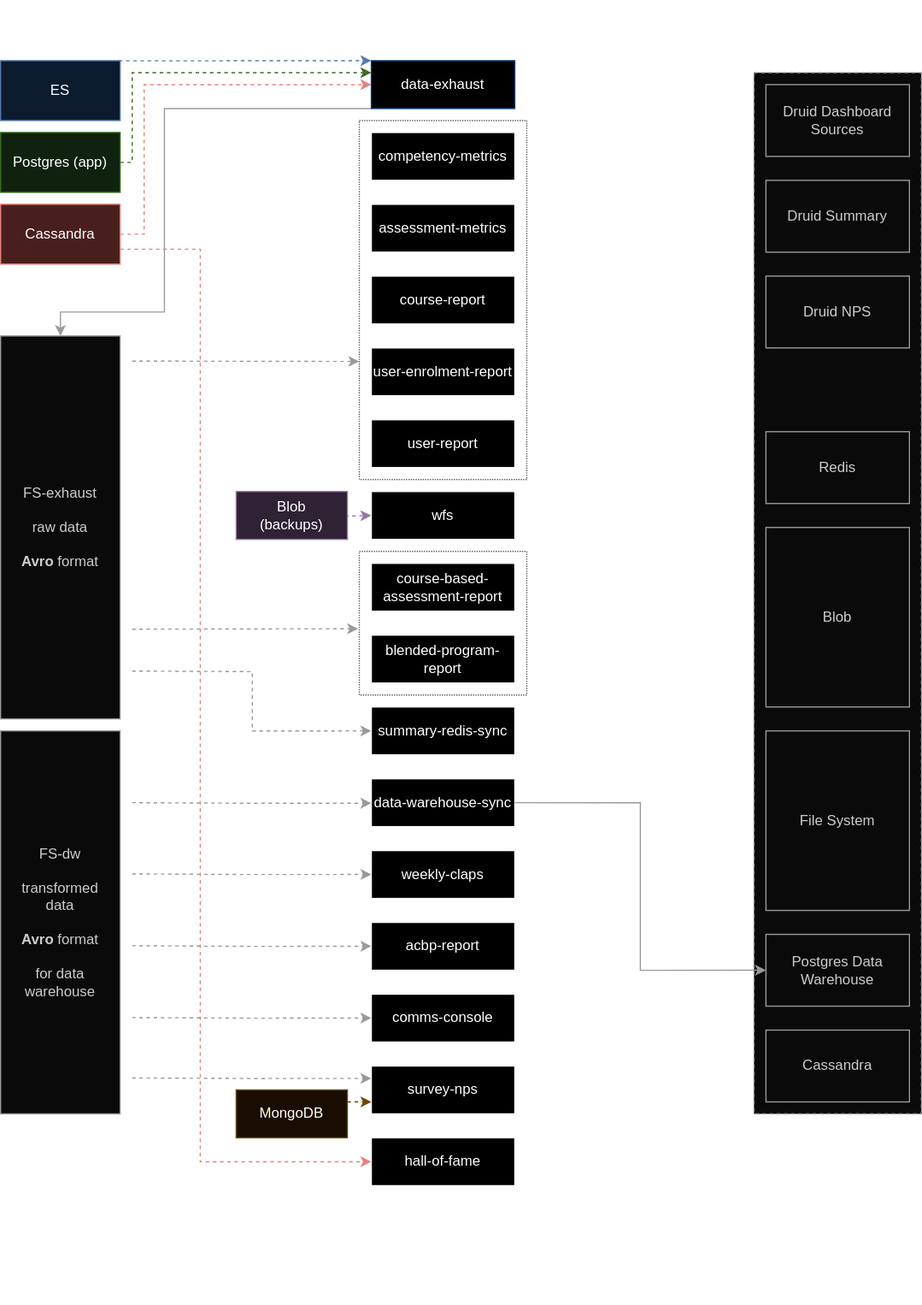
Above: docs/images/batch-processing-architecture.drawio.svg in varshamahuli97/sunbird-data-pipeline (draw.io), before the change. Source tidied: cells renumbered, new cells last; positions are measured from the earlier drawing's top-left corner, leaving out a move shared by most shapes. Its diagram source:
```xml
<mxGraphModel>
  <root>
    <mxCell id="0" />
    <mxCell id="1" parent="0" />
    <mxCell id="2" style="edgeStyle=orthogonalEdgeStyle;rounded=0;jettySize=auto;html=1;exitX=1.001;exitY=0.046;exitDx=0;exitDy=0;entryX=-0.001;entryY=0.671;entryDx=0;entryDy=0;entryPerimeter=0;exitPerimeter=0;dashed=1;fillColor=#f5f5f5;strokeColor=#666666;" parent="1" edge="1" target="3">
      <mxGeometry relative="1" as="geometry">
        <mxPoint x="110" y="301" as="sourcePoint" />
        <Array as="points">
          <mxPoint x="300" y="301" />
        </Array>
      </mxGeometry>
    </mxCell>
    <mxCell id="3" style="rounded=0;whiteSpace=wrap;html=1;dashed=1;fillColor=none;dashPattern=1 1;strokeColor=#A6A6A6;" parent="1" vertex="1">
      <mxGeometry x="300" y="100" width="140" height="300" as="geometry" />
    </mxCell>
    <mxCell id="4" value="competency-metrics" style="rounded=0;whiteSpace=wrap;html=1;" parent="1" vertex="1">
      <mxGeometry x="310" y="110" width="120" height="40" as="geometry" />
    </mxCell>
    <mxCell id="5" style="edgeStyle=orthogonalEdgeStyle;rounded=0;orthogonalLoop=1;jettySize=auto;html=1;exitX=0.5;exitY=1;exitDx=0;exitDy=0;" parent="1" edge="1" source="4" target="4">
      <mxGeometry relative="1" as="geometry" />
    </mxCell>
    <mxCell id="6" value="assessment-metrics" style="rounded=0;whiteSpace=wrap;html=1;" parent="1" vertex="1">
      <mxGeometry x="310" y="170" width="120" height="40" as="geometry" />
    </mxCell>
    <mxCell id="7" value="course-report" style="rounded=0;whiteSpace=wrap;html=1;" parent="1" vertex="1">
      <mxGeometry x="310" y="230" width="120" height="40" as="geometry" />
    </mxCell>
    <mxCell id="8" value="user-enrolment-report" style="rounded=0;whiteSpace=wrap;html=1;" parent="1" vertex="1">
      <mxGeometry x="310" y="290" width="120" height="40" as="geometry" />
    </mxCell>
    <mxCell id="9" value="user-report" style="rounded=0;whiteSpace=wrap;html=1;" parent="1" vertex="1">
      <mxGeometry x="310" y="350" width="120" height="40" as="geometry" />
    </mxCell>
    <mxCell id="10" value="wfs" style="rounded=0;whiteSpace=wrap;html=1;" parent="1" vertex="1">
      <mxGeometry x="310" y="410" width="120" height="40" as="geometry" />
    </mxCell>
    <mxCell id="11" style="edgeStyle=orthogonalEdgeStyle;rounded=0;orthogonalLoop=1;jettySize=auto;html=1;exitX=0.5;exitY=1;exitDx=0;exitDy=0;" parent="1" edge="1" source="10" target="10">
      <mxGeometry relative="1" as="geometry" />
    </mxCell>
    <mxCell id="12" value="summary-redis-sync" style="rounded=0;whiteSpace=wrap;html=1;" parent="1" vertex="1">
      <mxGeometry x="310" y="590" width="120" height="40" as="geometry" />
    </mxCell>
    <mxCell id="13" value="course-based-assessment-report" style="rounded=0;whiteSpace=wrap;html=1;" parent="1" vertex="1">
      <mxGeometry x="310" y="470" width="120" height="40" as="geometry" />
    </mxCell>
    <mxCell id="14" value="blended-program-report" style="rounded=0;whiteSpace=wrap;html=1;" parent="1" vertex="1">
      <mxGeometry x="310" y="530" width="120" height="40" as="geometry" />
    </mxCell>
    <mxCell id="15" value="data-warehouse-sync" style="rounded=0;whiteSpace=wrap;html=1;" parent="1" vertex="1">
      <mxGeometry x="310" y="650" width="120" height="40" as="geometry" />
    </mxCell>
    <mxCell id="16" value="weekly-claps" style="rounded=0;whiteSpace=wrap;html=1;" parent="1" vertex="1">
      <mxGeometry x="310" y="710" width="120" height="40" as="geometry" />
    </mxCell>
    <mxCell id="17" style="edgeStyle=orthogonalEdgeStyle;rounded=0;orthogonalLoop=1;jettySize=auto;html=1;exitX=0.5;exitY=1;exitDx=0;exitDy=0;" parent="1" edge="1" source="16" target="16">
      <mxGeometry relative="1" as="geometry" />
    </mxCell>
    <mxCell id="18" value="acbp-report" style="rounded=0;whiteSpace=wrap;html=1;" parent="1" vertex="1">
      <mxGeometry x="310" y="770" width="120" height="40" as="geometry" />
    </mxCell>
    <mxCell id="19" value="comms-console" style="rounded=0;whiteSpace=wrap;html=1;" parent="1" vertex="1">
      <mxGeometry x="310" y="830" width="120" height="40" as="geometry" />
    </mxCell>
    <mxCell id="20" value="survey-nps" style="rounded=0;whiteSpace=wrap;html=1;" parent="1" vertex="1">
      <mxGeometry x="310" y="890" width="120" height="40" as="geometry" />
    </mxCell>
    <mxCell id="21" value="hall-of-fame" style="rounded=0;whiteSpace=wrap;html=1;" parent="1" vertex="1">
      <mxGeometry x="310" y="950" width="120" height="40" as="geometry" />
    </mxCell>
    <mxCell id="22" style="edgeStyle=orthogonalEdgeStyle;rounded=0;jettySize=auto;html=1;exitX=1;exitY=0.5;exitDx=0;exitDy=0;fillColor=#f8cecc;strokeColor=#b85450;dashed=1;entryX=0;entryY=0.5;entryDx=0;entryDy=0;" parent="1" edge="1" source="24" target="42">
      <mxGeometry relative="1" as="geometry">
        <Array as="points">
          <mxPoint x="120" y="195" />
          <mxPoint x="120" y="70" />
        </Array>
      </mxGeometry>
    </mxCell>
    <mxCell id="23" style="edgeStyle=orthogonalEdgeStyle;rounded=0;jettySize=auto;html=1;exitX=1;exitY=0.75;exitDx=0;exitDy=0;entryX=0;entryY=0.5;entryDx=0;entryDy=0;fillColor=#f8cecc;strokeColor=#b85450;dashed=1;" parent="1" edge="1" source="24" target="21">
      <mxGeometry relative="1" as="geometry">
        <Array as="points">
          <mxPoint x="167" y="207" />
          <mxPoint x="167" y="970" />
        </Array>
      </mxGeometry>
    </mxCell>
    <mxCell id="24" value="Cassandra" style="rounded=0;whiteSpace=wrap;html=1;fillColor=#f8cecc;strokeColor=#b85450;" parent="1" vertex="1">
      <mxGeometry y="170" width="100" height="50" as="geometry" />
    </mxCell>
    <mxCell id="25" style="edgeStyle=orthogonalEdgeStyle;rounded=0;jettySize=auto;html=1;exitX=0.989;exitY=0.003;exitDx=0;exitDy=0;entryX=0;entryY=0;entryDx=0;entryDy=0;fillColor=#dae8fc;strokeColor=#6c8ebf;exitPerimeter=0;dashed=1;" parent="1" edge="1" source="26" target="42">
      <mxGeometry relative="1" as="geometry">
        <Array as="points">
          <mxPoint x="99" y="50" />
          <mxPoint x="99" y="50" />
        </Array>
      </mxGeometry>
    </mxCell>
    <mxCell id="26" value="ES" style="rounded=0;whiteSpace=wrap;html=1;fillColor=#dae8fc;strokeColor=#6c8ebf;" parent="1" vertex="1">
      <mxGeometry y="50" width="100" height="50" as="geometry" />
    </mxCell>
    <mxCell id="27" style="edgeStyle=orthogonalEdgeStyle;rounded=0;jettySize=auto;html=1;exitX=1;exitY=0.5;exitDx=0;exitDy=0;entryX=0;entryY=0.25;entryDx=0;entryDy=0;fillColor=#d5e8d4;strokeColor=#82b366;dashed=1;" parent="1" edge="1" source="28" target="42">
      <mxGeometry relative="1" as="geometry">
        <Array as="points">
          <mxPoint x="110" y="135" />
          <mxPoint x="110" y="60" />
        </Array>
      </mxGeometry>
    </mxCell>
    <mxCell id="28" value="Postgres (app)" style="rounded=0;whiteSpace=wrap;html=1;fillColor=#d5e8d4;strokeColor=#82b366;" parent="1" vertex="1">
      <mxGeometry y="110" width="100" height="50" as="geometry" />
    </mxCell>
    <mxCell id="29" style="rounded=0;whiteSpace=wrap;html=1;dashed=1;fillColor=#f5f5f5;fontColor=#333333;strokeColor=#666666;" parent="1" vertex="1">
      <mxGeometry x="630" y="60" width="140" height="870" as="geometry" />
    </mxCell>
    <mxCell id="30" value="Druid Dashboard Sources" style="rounded=0;whiteSpace=wrap;html=1;fillColor=#f5f5f5;fontColor=#333333;strokeColor=#666666;" parent="1" vertex="1">
      <mxGeometry x="640" y="70" width="120" height="60" as="geometry" />
    </mxCell>
    <mxCell id="31" value="Druid Summary" style="rounded=0;whiteSpace=wrap;html=1;fillColor=#f5f5f5;fontColor=#333333;strokeColor=#666666;" parent="1" vertex="1">
      <mxGeometry x="640" y="150" width="120" height="60" as="geometry" />
    </mxCell>
    <mxCell id="32" value="Druid NPS" style="rounded=0;whiteSpace=wrap;html=1;fillColor=#f5f5f5;fontColor=#333333;strokeColor=#666666;" parent="1" vertex="1">
      <mxGeometry x="640" y="230" width="120" height="60" as="geometry" />
    </mxCell>
    <mxCell id="33" style="edgeStyle=orthogonalEdgeStyle;rounded=0;orthogonalLoop=1;jettySize=auto;html=1;exitX=0.5;exitY=1;exitDx=0;exitDy=0;fillColor=#f5f5f5;strokeColor=#666666;" parent="1" edge="1" source="29" target="29">
      <mxGeometry relative="1" as="geometry" />
    </mxCell>
    <mxCell id="34" value="Blob" style="rounded=0;whiteSpace=wrap;html=1;fillColor=#f5f5f5;fontColor=#333333;strokeColor=#666666;" parent="1" vertex="1">
      <mxGeometry x="640" y="440" width="120" height="150" as="geometry" />
    </mxCell>
    <mxCell id="35" value="File System" style="rounded=0;whiteSpace=wrap;html=1;fillColor=#f5f5f5;fontColor=#333333;strokeColor=#666666;" parent="1" vertex="1">
      <mxGeometry x="640" y="610" width="120" height="150" as="geometry" />
    </mxCell>
    <mxCell id="36" value="Redis" style="rounded=0;whiteSpace=wrap;html=1;fillColor=#f5f5f5;fontColor=#333333;strokeColor=#666666;" parent="1" vertex="1">
      <mxGeometry x="640" y="360" width="120" height="60" as="geometry" />
    </mxCell>
    <mxCell id="37" value="Postgres Data Warehouse" style="rounded=0;whiteSpace=wrap;html=1;fillColor=#f5f5f5;fontColor=#333333;strokeColor=#666666;" parent="1" vertex="1">
      <mxGeometry x="640" y="780" width="120" height="60" as="geometry" />
    </mxCell>
    <mxCell id="38" style="rounded=0;whiteSpace=wrap;html=1;dashed=1;fillColor=none;strokeColor=#A6A6A6;dashPattern=1 1;" parent="1" vertex="1">
      <mxGeometry x="300" y="460" width="140" height="120" as="geometry" />
    </mxCell>
    <mxCell id="39" style="edgeStyle=orthogonalEdgeStyle;rounded=0;jettySize=auto;html=1;entryX=0;entryY=0.5;entryDx=0;entryDy=0;fillColor=#e1d5e7;strokeColor=#9673a6;dashed=1;" parent="1" edge="1" target="10">
      <mxGeometry relative="1" as="geometry">
        <mxPoint x="270" y="430" as="sourcePoint" />
      </mxGeometry>
    </mxCell>
    <mxCell id="40" value="Blob&lt;br style=&quot;border-color: var(--border-color);&quot;&gt;(backups)" style="rounded=0;whiteSpace=wrap;html=1;fillColor=#e1d5e7;strokeColor=#9673a6;" parent="1" vertex="1">
      <mxGeometry x="197" y="410" width="93" height="40" as="geometry" />
    </mxCell>
    <mxCell id="41" style="edgeStyle=orthogonalEdgeStyle;rounded=0;jettySize=auto;html=1;exitX=0;exitY=1;exitDx=0;exitDy=0;entryX=0.5;entryY=0;entryDx=0;entryDy=0;fillColor=#f5f5f5;strokeColor=#666666;" parent="1" edge="1" source="42" target="43">
      <mxGeometry relative="1" as="geometry">
        <Array as="points">
          <mxPoint x="137" y="90" />
          <mxPoint x="137" y="260" />
          <mxPoint x="50" y="260" />
        </Array>
      </mxGeometry>
    </mxCell>
    <mxCell id="42" value="data-exhaust" style="rounded=0;whiteSpace=wrap;html=1;strokeColor=#99CCFF;" parent="1" vertex="1">
      <mxGeometry x="310" y="50" width="120" height="40" as="geometry" />
    </mxCell>
    <mxCell id="43" value="FS-exhaust&lt;br&gt;&lt;br&gt;raw data&lt;br&gt;&lt;br&gt;&lt;b&gt;Avro&lt;/b&gt; format" style="rounded=0;whiteSpace=wrap;html=1;fillColor=#f5f5f5;fontColor=#333333;strokeColor=#666666;" parent="1" vertex="1">
      <mxGeometry y="280" width="100" height="320" as="geometry" />
    </mxCell>
    <mxCell id="44" style="edgeStyle=orthogonalEdgeStyle;rounded=0;jettySize=auto;html=1;entryX=0;entryY=0.5;entryDx=0;entryDy=0;dashed=1;fillColor=#f5f5f5;strokeColor=#666666;" parent="1" edge="1" target="12">
      <mxGeometry relative="1" as="geometry">
        <mxPoint x="110" y="560" as="sourcePoint" />
      </mxGeometry>
    </mxCell>
    <mxCell id="45" style="edgeStyle=orthogonalEdgeStyle;rounded=0;orthogonalLoop=1;jettySize=auto;html=1;exitX=1.003;exitY=0.654;exitDx=0;exitDy=0;entryX=0;entryY=0.5;entryDx=0;entryDy=0;exitPerimeter=0;dashed=1;fillColor=#f5f5f5;strokeColor=#666666;" parent="1" edge="1">
      <mxGeometry relative="1" as="geometry">
        <mxPoint x="110" y="729.5" as="sourcePoint" />
        <mxPoint x="310" y="730" as="targetPoint" />
      </mxGeometry>
    </mxCell>
    <mxCell id="46" style="edgeStyle=orthogonalEdgeStyle;rounded=0;orthogonalLoop=1;jettySize=auto;html=1;exitX=1.003;exitY=0.654;exitDx=0;exitDy=0;entryX=0;entryY=0.5;entryDx=0;entryDy=0;exitPerimeter=0;dashed=1;fillColor=#f5f5f5;strokeColor=#666666;" parent="1" edge="1">
      <mxGeometry relative="1" as="geometry">
        <mxPoint x="110" y="670" as="sourcePoint" />
        <mxPoint x="310" y="670.4" as="targetPoint" />
      </mxGeometry>
    </mxCell>
    <mxCell id="47" value="FS-dw&lt;br&gt;&lt;br&gt;transformed&lt;br&gt;data&lt;br&gt;&lt;br&gt;&lt;b&gt;Avro&lt;/b&gt; format&lt;br&gt;&lt;br&gt;for data&lt;br style=&quot;border-color: var(--border-color);&quot;&gt;warehouse" style="rounded=0;whiteSpace=wrap;html=1;fillColor=#f5f5f5;fontColor=#333333;strokeColor=#666666;" parent="1" vertex="1">
      <mxGeometry y="610" width="100" height="320" as="geometry" />
    </mxCell>
    <mxCell id="48" style="edgeStyle=orthogonalEdgeStyle;rounded=0;jettySize=auto;html=1;dashed=1;fillColor=#f5f5f5;strokeColor=#666666;entryX=-0.008;entryY=0.539;entryDx=0;entryDy=0;entryPerimeter=0;" parent="1" edge="1" target="38">
      <mxGeometry relative="1" as="geometry">
        <mxPoint x="110" y="525" as="sourcePoint" />
        <Array as="points">
          <mxPoint x="110" y="525" />
          <mxPoint x="211" y="525" />
        </Array>
      </mxGeometry>
    </mxCell>
    <mxCell id="49" style="edgeStyle=orthogonalEdgeStyle;rounded=0;orthogonalLoop=1;jettySize=auto;html=1;exitX=1.003;exitY=0.654;exitDx=0;exitDy=0;entryX=0;entryY=0.5;entryDx=0;entryDy=0;exitPerimeter=0;dashed=1;fillColor=#f5f5f5;strokeColor=#666666;" parent="1" edge="1">
      <mxGeometry relative="1" as="geometry">
        <mxPoint x="110" y="789.5" as="sourcePoint" />
        <mxPoint x="310" y="789.9" as="targetPoint" />
      </mxGeometry>
    </mxCell>
    <mxCell id="50" style="edgeStyle=orthogonalEdgeStyle;rounded=0;orthogonalLoop=1;jettySize=auto;html=1;exitX=1.003;exitY=0.654;exitDx=0;exitDy=0;entryX=0;entryY=0.5;entryDx=0;entryDy=0;exitPerimeter=0;dashed=1;fillColor=#f5f5f5;strokeColor=#666666;" parent="1" edge="1">
      <mxGeometry relative="1" as="geometry">
        <mxPoint x="110" y="849.5" as="sourcePoint" />
        <mxPoint x="310" y="850" as="targetPoint" />
      </mxGeometry>
    </mxCell>
    <mxCell id="51" style="edgeStyle=orthogonalEdgeStyle;rounded=0;orthogonalLoop=1;jettySize=auto;html=1;exitX=1.003;exitY=0.654;exitDx=0;exitDy=0;entryX=0;entryY=0.5;entryDx=0;entryDy=0;exitPerimeter=0;dashed=1;fillColor=#f5f5f5;strokeColor=#666666;" parent="1" edge="1">
      <mxGeometry relative="1" as="geometry">
        <mxPoint x="110" y="900" as="sourcePoint" />
        <mxPoint x="310" y="900.4" as="targetPoint" />
      </mxGeometry>
    </mxCell>
    <mxCell id="52" value="Sources" style="text;html=1;strokeColor=none;fillColor=none;align=center;verticalAlign=middle;whiteSpace=wrap;rounded=0;fontStyle=1;" parent="1" vertex="1">
      <mxGeometry x="20" width="60" height="30" as="geometry" />
    </mxCell>
    <mxCell id="53" value="&lt;b&gt;Spark Jobs&lt;/b&gt;&lt;br&gt;(in order of execution)" style="text;html=1;strokeColor=none;fillColor=none;align=center;verticalAlign=middle;whiteSpace=wrap;rounded=0;" parent="1" vertex="1">
      <mxGeometry x="294.5" width="151" height="30" as="geometry" />
    </mxCell>
    <mxCell id="54" value="Sinks" style="text;html=1;strokeColor=none;fillColor=none;align=center;verticalAlign=middle;whiteSpace=wrap;rounded=0;fontStyle=1;" parent="1" vertex="1">
      <mxGeometry x="670" width="60" height="30" as="geometry" />
    </mxCell>
    <mxCell id="55" value="Cassandra" style="rounded=0;whiteSpace=wrap;html=1;fillColor=#f5f5f5;fontColor=#333333;strokeColor=#666666;" parent="1" vertex="1">
      <mxGeometry x="640" y="860" width="120" height="60" as="geometry" />
    </mxCell>
    <mxCell id="56" style="edgeStyle=orthogonalEdgeStyle;rounded=0;jettySize=auto;html=1;exitX=1;exitY=0.5;exitDx=0;exitDy=0;entryX=0;entryY=0.5;entryDx=0;entryDy=0;fillColor=#f5f5f5;strokeColor=#666666;" parent="1" edge="1" source="15" target="37">
      <mxGeometry relative="1" as="geometry" />
    </mxCell>
    <mxCell id="57" style="edgeStyle=orthogonalEdgeStyle;rounded=0;jettySize=auto;html=1;entryX=0;entryY=0.5;entryDx=0;entryDy=0;fillColor=#fff2cc;strokeColor=#d6b656;dashed=1;exitX=1;exitY=0.25;exitDx=0;exitDy=0;" parent="1" edge="1" source="58">
      <mxGeometry relative="1" as="geometry">
        <mxPoint x="310" y="919.8" as="targetPoint" />
      </mxGeometry>
    </mxCell>
    <mxCell id="58" value="MongoDB" style="rounded=0;whiteSpace=wrap;html=1;fillColor=#fff2cc;strokeColor=#d6b656;" parent="1" vertex="1">
      <mxGeometry x="197" y="910" width="93" height="40" as="geometry" />
    </mxCell>
    <mxCell id="59" style="endArrow=classic;html=1;rounded=0;" parent="1" edge="1" target="61">
      <mxGeometry relative="1" as="geometry">
        <mxPoint x="330" y="1075" as="sourcePoint" />
      </mxGeometry>
    </mxCell>
    <mxCell id="60" style="endArrow=classic;html=1;rounded=0;dashed=1;" parent="1" edge="1" target="62">
      <mxGeometry relative="1" as="geometry">
        <mxPoint x="330" y="1045" as="sourcePoint" />
      </mxGeometry>
    </mxCell>
    <mxCell id="61" value="Write" style="text;html=1;strokeColor=none;fillColor=none;align=center;verticalAlign=middle;whiteSpace=wrap;rounded=0;" parent="1" vertex="1">
      <mxGeometry x="410" y="1060" width="60" height="30" as="geometry" />
    </mxCell>
    <mxCell id="62" value="Read" style="text;html=1;strokeColor=none;fillColor=none;align=center;verticalAlign=middle;whiteSpace=wrap;rounded=0;" parent="1" vertex="1">
      <mxGeometry x="410" y="1030" width="60" height="30" as="geometry" />
    </mxCell>
    <mxCell id="63" value="&lt;b&gt;Note:&lt;/b&gt;&lt;br&gt;&amp;nbsp;&lt;br&gt;- All writes to sinks are not displayed because they&amp;nbsp; clutter the diagram" style="text;html=1;strokeColor=none;fillColor=none;align=left;verticalAlign=middle;whiteSpace=wrap;rounded=0;" parent="1" vertex="1">
      <mxGeometry y="990" width="288" height="100" as="geometry" />
    </mxCell>
  </root>
</mxGraphModel>
```
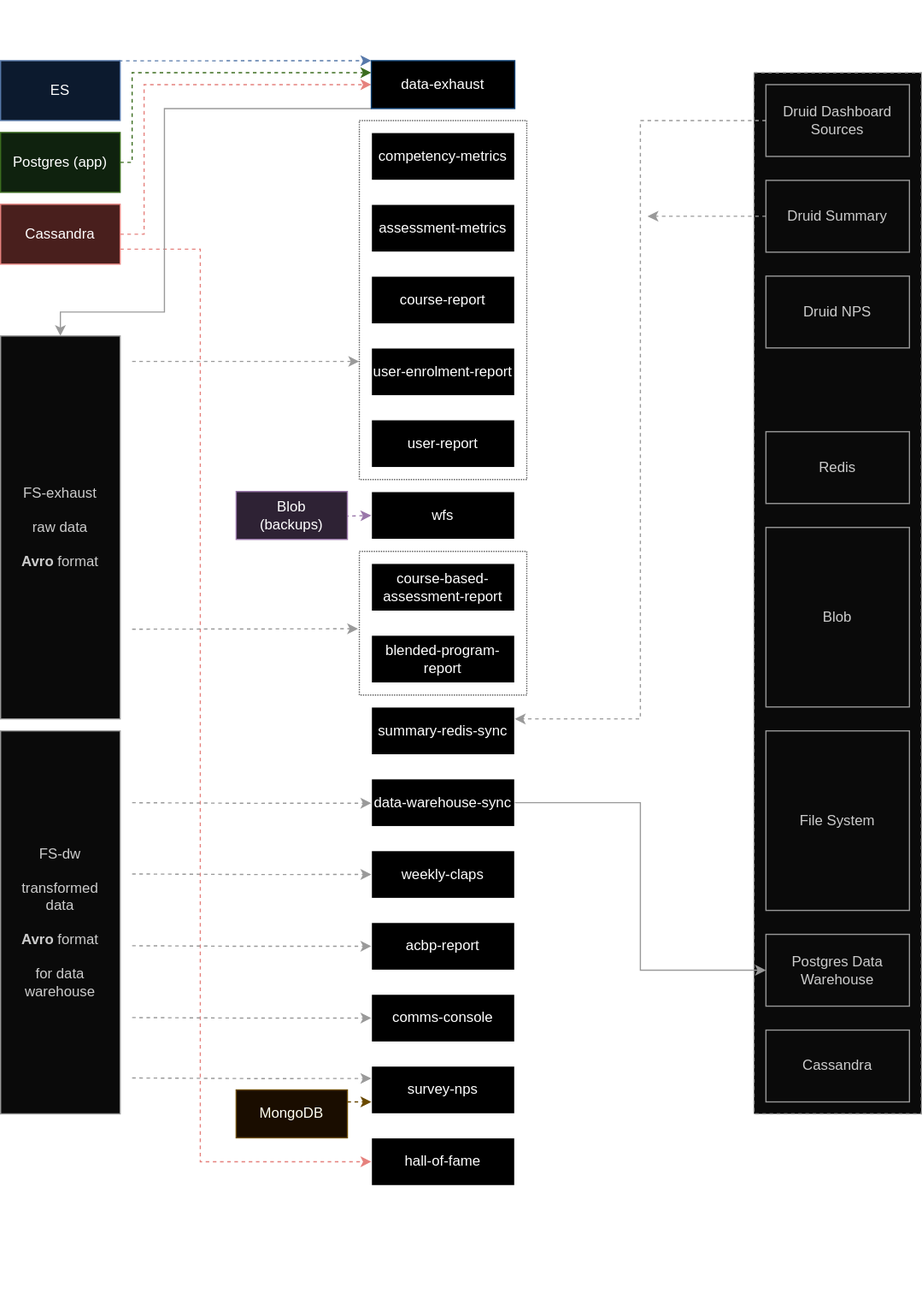
The same diagram one commit later.

Commit message:
spark and secor docs

Change to the diagram source:
```diff
@@ -111,9 +111,17 @@
     <mxCell id="29" style="rounded=0;whiteSpace=wrap;html=1;dashed=1;fillColor=#f5f5f5;fontColor=#333333;strokeColor=#666666;" parent="1" vertex="1">
       <mxGeometry x="630" y="60" width="140" height="870" as="geometry" />
     </mxCell>
+    <mxCell id="64" style="edgeStyle=orthogonalEdgeStyle;rounded=0;jettySize=auto;html=1;exitX=0;exitY=0.5;exitDx=0;exitDy=0;entryX=1;entryY=0.25;entryDx=0;entryDy=0;fillColor=#f5f5f5;strokeColor=#666666;dashed=1;" parent="1" edge="1" source="30" target="12">
+      <mxGeometry relative="1" as="geometry" />
+    </mxCell>
     <mxCell id="30" value="Druid Dashboard Sources" style="rounded=0;whiteSpace=wrap;html=1;fillColor=#f5f5f5;fontColor=#333333;strokeColor=#666666;" parent="1" vertex="1">
       <mxGeometry x="640" y="70" width="120" height="60" as="geometry" />
     </mxCell>
+    <mxCell id="65" style="edgeStyle=orthogonalEdgeStyle;rounded=0;jettySize=auto;html=1;exitX=0;exitY=0.5;exitDx=0;exitDy=0;fillColor=#f5f5f5;strokeColor=#666666;dashed=1;" parent="1" edge="1" source="31">
+      <mxGeometry relative="1" as="geometry">
+        <mxPoint x="541" y="180" as="targetPoint" />
+      </mxGeometry>
+    </mxCell>
     <mxCell id="31" value="Druid Summary" style="rounded=0;whiteSpace=wrap;html=1;fillColor=#f5f5f5;fontColor=#333333;strokeColor=#666666;" parent="1" vertex="1">
       <mxGeometry x="640" y="150" width="120" height="60" as="geometry" />
     </mxCell>
@@ -161,11 +169,6 @@
     <mxCell id="43" value="FS-exhaust&lt;br&gt;&lt;br&gt;raw data&lt;br&gt;&lt;br&gt;&lt;b&gt;Avro&lt;/b&gt; format" style="rounded=0;whiteSpace=wrap;html=1;fillColor=#f5f5f5;fontColor=#333333;strokeColor=#666666;" parent="1" vertex="1">
       <mxGeometry y="280" width="100" height="320" as="geometry" />
     </mxCell>
-    <mxCell id="44" style="edgeStyle=orthogonalEdgeStyle;rounded=0;jettySize=auto;html=1;entryX=0;entryY=0.5;entryDx=0;entryDy=0;dashed=1;fillColor=#f5f5f5;strokeColor=#666666;" parent="1" edge="1" target="12">
-      <mxGeometry relative="1" as="geometry">
-        <mxPoint x="110" y="560" as="sourcePoint" />
-      </mxGeometry>
-    </mxCell>
     <mxCell id="45" style="edgeStyle=orthogonalEdgeStyle;rounded=0;orthogonalLoop=1;jettySize=auto;html=1;exitX=1.003;exitY=0.654;exitDx=0;exitDy=0;entryX=0;entryY=0.5;entryDx=0;entryDy=0;exitPerimeter=0;dashed=1;fillColor=#f5f5f5;strokeColor=#666666;" parent="1" edge="1">
       <mxGeometry relative="1" as="geometry">
         <mxPoint x="110" y="729.5" as="sourcePoint" />
```
